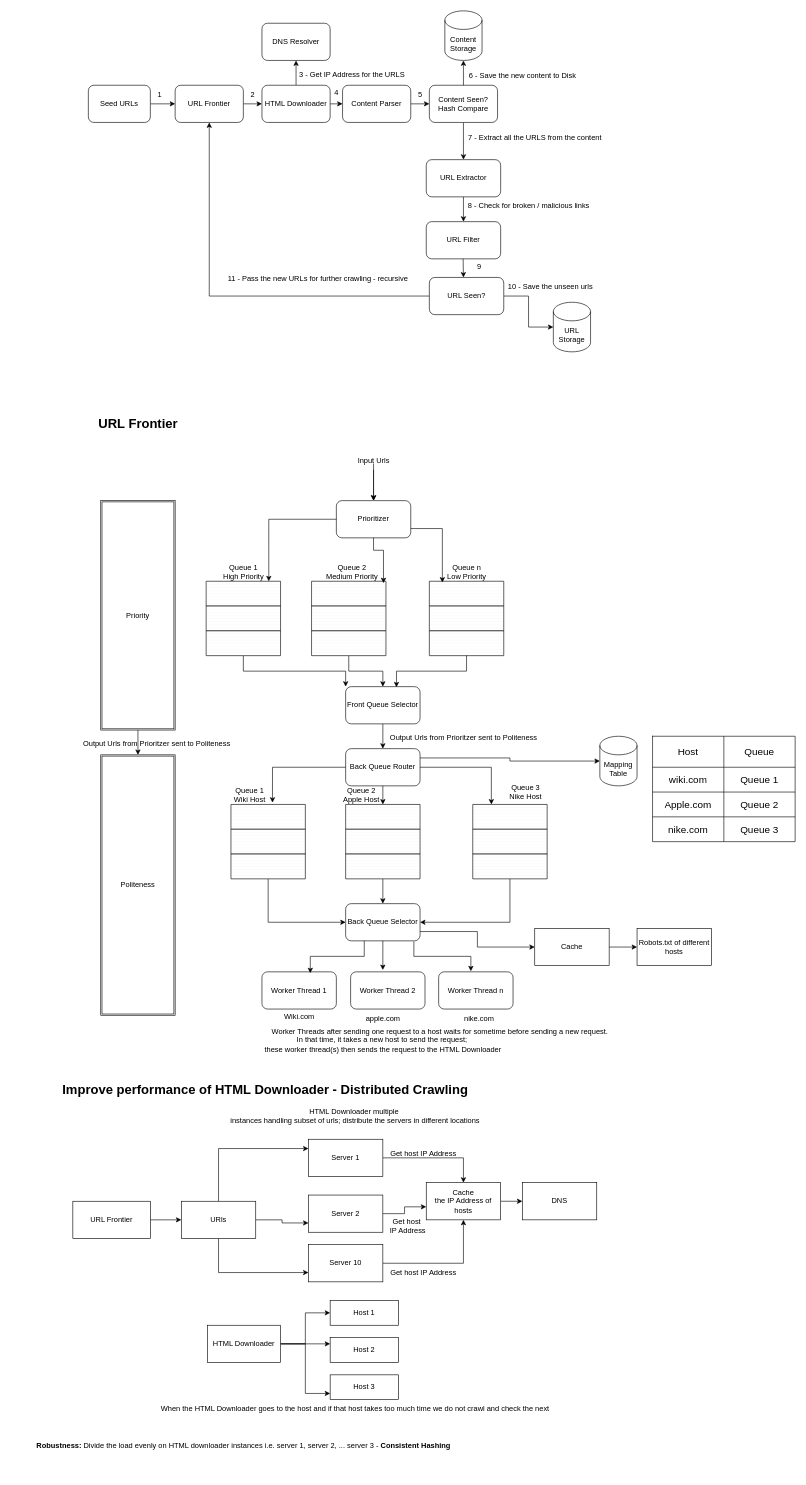
Earlier version of the draw.io diagram Web_Crawler_Detailed.drawio (tarjaneed/system-design). Source tidied: cells renumbered, new cells numbered last; positions are measured from the earlier drawing's top-left corner, leaving out a move shared by most shapes. Both pictures are drawn from the tidied source at 62%, with x=0, y=0 at pixel (29, 11).
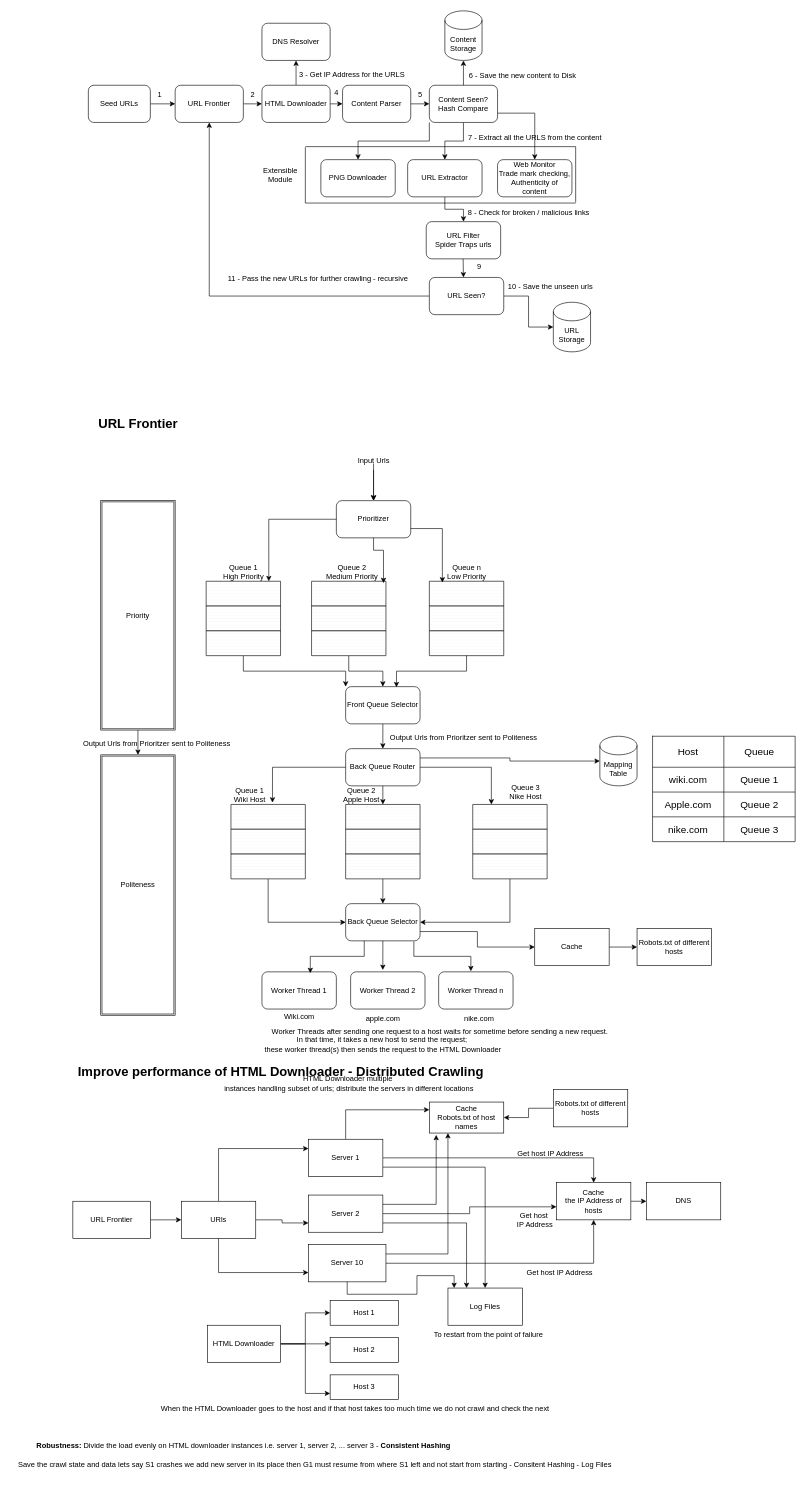
After the change.

Unchanged cells that the change refers to:
```xml
<mxCell id="16" value="Content Seen?&lt;div&gt;Hash Compare&lt;/div&gt;" style="rounded=1;whiteSpace=wrap;html=1;" parent="1" vertex="1">
  <mxGeometry x="645" y="120" width="110" height="60" as="geometry" />
</mxCell>
<mxCell id="24" value="7 - Extract all the URLS from the content" style="text;html=1;align=center;verticalAlign=middle;points=[];strokeColor=none;fillColor=none;" parent="1" vertex="1">
  <mxGeometry x="695" y="190" width="240" height="30" as="geometry" />
</mxCell>
<mxCell id="116" value="Server 1" style="rounded=0;whiteSpace=wrap;html=1;" parent="1" vertex="1">
  <mxGeometry x="450" y="1820" width="120" height="60" as="geometry" />
</mxCell>
<mxCell id="117" value="Server 2" style="rounded=0;whiteSpace=wrap;html=1;" parent="1" vertex="1">
  <mxGeometry x="450" y="1910" width="120" height="60" as="geometry" />
</mxCell>
```

Diff of the diagram source:
```diff
@@
+    <mxCell id="143" style="edgeStyle=orthogonalEdgeStyle;rounded=0;jettySize=auto;html=1;exitX=0;exitY=1;exitDx=0;exitDy=0;" parent="1" edge="1" source="16" target="153">
+      <mxGeometry relative="1" as="geometry" />
+    </mxCell>
+    <mxCell id="144" style="edgeStyle=orthogonalEdgeStyle;rounded=0;jettySize=auto;html=1;exitX=1;exitY=0.75;exitDx=0;exitDy=0;" parent="1" edge="1" source="16" target="158">
+      <mxGeometry relative="1" as="geometry" />
+    </mxCell>
@@
     <mxCell id="23" value="URL Extractor" style="rounded=1;whiteSpace=wrap;html=1;" parent="1" vertex="1">
-      <mxGeometry x="640" y="240" width="120" height="60" as="geometry" />
+      <mxGeometry x="610" y="240" width="120" height="60" as="geometry" />
     </mxCell>
@@
-    <mxCell id="25" value="URL Filter" style="rounded=1;whiteSpace=wrap;html=1;" parent="1" vertex="1">
+    <mxCell id="25" value="URL Filter&lt;div&gt;Spider Traps urls&lt;/div&gt;" style="rounded=1;whiteSpace=wrap;html=1;" parent="1" vertex="1">
       <mxGeometry x="640" y="340" width="120" height="60" as="geometry" />
     </mxCell>
     <mxCell id="26" value="8 - Check for broken / malicious links" style="text;html=1;align=center;verticalAlign=middle;strokeColor=none;fillColor=none;" parent="1" vertex="1">
-      <mxGeometry x="695" y="300" width="220" height="30" as="geometry" />
+      <mxGeometry x="695" y="310" width="220" height="30" as="geometry" />
     </mxCell>
@@
     <mxCell id="114" value="Improve performance of HTML Downloader - Distributed Crawling" style="text;html=1;align=center;verticalAlign=middle;strokeColor=none;fillColor=none;fontStyle=1;fontSize=21;" parent="1" vertex="1">
-      <mxGeometry x="65" y="1720" width="630" height="40" as="geometry" />
+      <mxGeometry x="90" y="1690" width="630" height="40" as="geometry" />
     </mxCell>
@@
+    <mxCell id="145" style="edgeStyle=orthogonalEdgeStyle;rounded=0;jettySize=auto;html=1;exitX=1;exitY=0.75;exitDx=0;exitDy=0;" parent="1" edge="1" source="116" target="150">
+      <mxGeometry relative="1" as="geometry" />
+    </mxCell>
+    <mxCell id="146" style="edgeStyle=orthogonalEdgeStyle;rounded=0;jettySize=auto;html=1;exitX=0.5;exitY=0;exitDx=0;exitDy=0;entryX=0;entryY=0.25;entryDx=0;entryDy=0;" parent="1" edge="1" source="116" target="160">
+      <mxGeometry relative="1" as="geometry" />
+    </mxCell>
@@
+    <mxCell id="147" style="edgeStyle=orthogonalEdgeStyle;rounded=0;jettySize=auto;html=1;exitX=1;exitY=0.75;exitDx=0;exitDy=0;entryX=0.25;entryY=0;entryDx=0;entryDy=0;" parent="1" edge="1" source="117" target="150">
+      <mxGeometry relative="1" as="geometry" />
+    </mxCell>
@@
+    <mxCell id="148" style="edgeStyle=orthogonalEdgeStyle;rounded=0;jettySize=auto;html=1;exitX=1;exitY=0.25;exitDx=0;exitDy=0;entryX=0.25;entryY=1;entryDx=0;entryDy=0;" parent="1" edge="1" source="119" target="160">
+      <mxGeometry relative="1" as="geometry" />
+    </mxCell>
     <mxCell id="119" value="Server 10" style="rounded=0;whiteSpace=wrap;html=1;" parent="1" vertex="1">
-      <mxGeometry x="450" y="1990" width="120" height="60" as="geometry" />
+      <mxGeometry x="450" y="1990" width="125" height="60" as="geometry" />
     </mxCell>
@@
     <mxCell id="126" value="HTML Downloader multiple&amp;nbsp;&lt;div&gt;instances handling subset of urls; distribute the servers in different locations&lt;/div&gt;" style="text;html=1;align=center;verticalAlign=middle;strokeColor=none;fillColor=none;" parent="1" vertex="1">
-      <mxGeometry x="310" y="1763" width="430" height="40" as="geometry" />
+      <mxGeometry x="300" y="1710" width="430" height="40" as="geometry" />
     </mxCell>
     <mxCell id="127" value="DNS" style="rounded=0;whiteSpace=wrap;html=1;" parent="1" vertex="1">
-      <mxGeometry x="795" y="1890" width="120" height="60" as="geometry" />
+      <mxGeometry x="995" y="1890" width="120" height="60" as="geometry" />
     </mxCell>
@@
     <mxCell id="129" value="Cache&lt;br&gt;the IP Address of hosts" style="rounded=0;whiteSpace=wrap;html=1;" parent="1" vertex="1">
-      <mxGeometry x="640" y="1890" width="120" height="60" as="geometry" />
+      <mxGeometry x="850" y="1890" width="120" height="60" as="geometry" />
     </mxCell>
@@
     <mxCell id="131" value="Get host IP Address" style="text;html=1;align=center;verticalAlign=middle;strokeColor=none;fillColor=none;" parent="1" vertex="1">
-      <mxGeometry x="570" y="1828" width="130" height="30" as="geometry" />
+      <mxGeometry x="775" y="1828" width="130" height="30" as="geometry" />
     </mxCell>
     <mxCell id="132" value="Get host IP Address" style="text;html=1;align=center;verticalAlign=middle;strokeColor=none;fillColor=none;" parent="1" vertex="1">
-      <mxGeometry x="570" y="2020" width="130" height="30" as="geometry" />
+      <mxGeometry x="790" y="2020" width="130" height="30" as="geometry" />
     </mxCell>
     <mxCell id="133" value="Get host&amp;nbsp;&lt;div&gt;IP Address&lt;/div&gt;" style="text;html=1;align=center;verticalAlign=middle;strokeColor=none;fillColor=none;" parent="1" vertex="1">
-      <mxGeometry x="570" y="1940" width="80" height="40" as="geometry" />
+      <mxGeometry x="775" y="1930" width="80" height="40" as="geometry" />
     </mxCell>
@@
+    <mxCell id="149" value="Save the crawl state and data lets say S1 crashes we add new server in its place then G1 must resume from where S1 left and not start from starting - Consitent Hashing - Log Files" style="text;html=1;align=center;verticalAlign=middle;strokeColor=none;fillColor=none;" parent="1" vertex="1">
+      <mxGeometry x="-30" y="2330" width="980" height="30" as="geometry" />
+    </mxCell>
+    <mxCell id="150" value="Log Files" style="rounded=0;whiteSpace=wrap;html=1;" parent="1" vertex="1">
+      <mxGeometry x="675" y="2060" width="120" height="60" as="geometry" />
+    </mxCell>
+    <mxCell id="151" value="To restart from the point of failure" style="text;html=1;align=center;verticalAlign=middle;strokeColor=none;fillColor=none;" parent="1" vertex="1">
+      <mxGeometry x="640" y="2120" width="200" height="30" as="geometry" />
+    </mxCell>
+    <mxCell id="152" style="edgeStyle=orthogonalEdgeStyle;rounded=0;jettySize=auto;html=1;exitX=0.5;exitY=1;exitDx=0;exitDy=0;entryX=0.083;entryY=0;entryDx=0;entryDy=0;entryPerimeter=0;" parent="1" edge="1" source="119" target="150">
+      <mxGeometry relative="1" as="geometry" />
+    </mxCell>
+    <mxCell id="153" value="PNG Downloader" style="rounded=1;whiteSpace=wrap;html=1;" parent="1" vertex="1">
+      <mxGeometry x="470" y="240" width="120" height="60" as="geometry" />
+    </mxCell>
+    <mxCell id="154" style="endArrow=none;html=1;rounded=0;entryX=0.775;entryY=0.967;entryDx=0;entryDy=0;entryPerimeter=0;" parent="1" edge="1" target="24">
+      <mxGeometry relative="1" as="geometry">
+        <mxPoint x="445" y="219" as="sourcePoint" />
+      </mxGeometry>
+    </mxCell>
+    <mxCell id="155" style="endArrow=none;html=1;rounded=0;" parent="1" edge="1">
+      <mxGeometry relative="1" as="geometry">
+        <mxPoint x="445" y="310" as="sourcePoint" />
+        <mxPoint x="445" y="220" as="targetPoint" />
+      </mxGeometry>
+    </mxCell>
+    <mxCell id="156" style="endArrow=none;html=1;rounded=0;" parent="1" edge="1">
+      <mxGeometry relative="1" as="geometry">
+        <mxPoint x="881" y="309" as="sourcePoint" />
+        <mxPoint x="881" y="219" as="targetPoint" />
+      </mxGeometry>
+    </mxCell>
+    <mxCell id="157" style="endArrow=none;html=1;rounded=0;entryX=0.775;entryY=0.967;entryDx=0;entryDy=0;entryPerimeter=0;" parent="1" edge="1">
+      <mxGeometry relative="1" as="geometry">
+        <mxPoint x="445" y="310" as="sourcePoint" />
+        <mxPoint x="881" y="310" as="targetPoint" />
+      </mxGeometry>
+    </mxCell>
+    <mxCell id="158" value="Web Monitor&lt;div&gt;Trade mark checking, Authenticity of content&lt;/div&gt;" style="rounded=1;whiteSpace=wrap;html=1;" parent="1" vertex="1">
+      <mxGeometry x="755" y="240" width="120" height="60" as="geometry" />
+    </mxCell>
+    <mxCell id="159" value="Extensible Module" style="text;html=1;align=center;verticalAlign=middle;whiteSpace=wrap;rounded=0;" parent="1" vertex="1">
+      <mxGeometry x="375" y="250" width="60" height="30" as="geometry" />
+    </mxCell>
+    <mxCell id="160" value="Cache&lt;div&gt;Robots.txt of host names&lt;/div&gt;" style="rounded=0;whiteSpace=wrap;html=1;" parent="1" vertex="1">
+      <mxGeometry x="645" y="1760" width="120" height="50" as="geometry" />
+    </mxCell>
+    <mxCell id="161" style="edgeStyle=orthogonalEdgeStyle;rounded=0;jettySize=auto;html=1;exitX=0;exitY=0.5;exitDx=0;exitDy=0;entryX=1;entryY=0.5;entryDx=0;entryDy=0;" parent="1" edge="1" source="162" target="160">
+      <mxGeometry relative="1" as="geometry" />
+    </mxCell>
+    <mxCell id="162" value="Robots.txt of different hosts" style="rounded=0;whiteSpace=wrap;html=1;" parent="1" vertex="1">
+      <mxGeometry x="845" y="1740" width="120" height="60" as="geometry" />
+    </mxCell>
+    <mxCell id="163" style="edgeStyle=orthogonalEdgeStyle;rounded=0;jettySize=auto;html=1;exitX=1;exitY=0.25;exitDx=0;exitDy=0;entryX=0.092;entryY=1.06;entryDx=0;entryDy=0;entryPerimeter=0;" parent="1" edge="1" source="117" target="160">
+      <mxGeometry relative="1" as="geometry" />
+    </mxCell>
```
